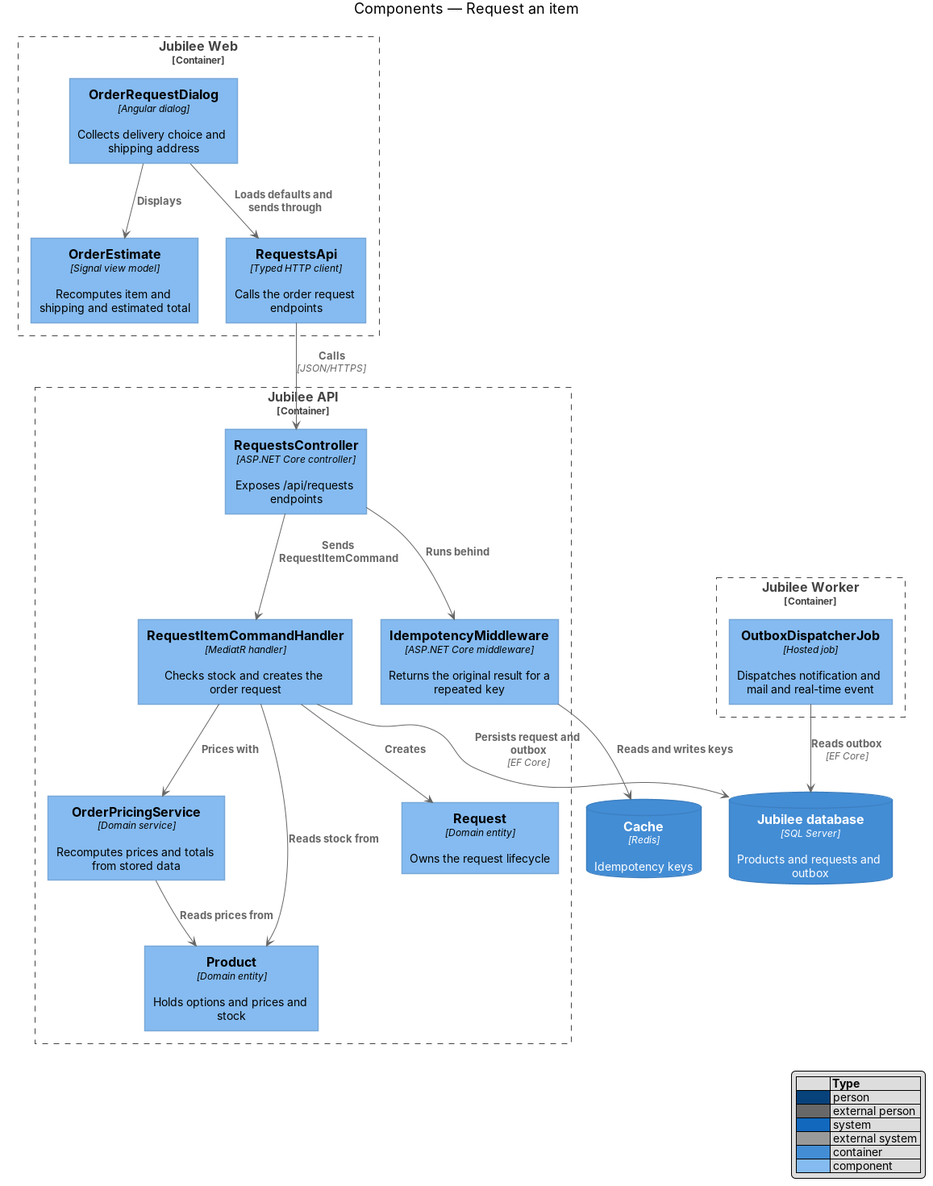
Before: docs/detailed-designs/requests/request-item/diagrams/c4-component.png, a diagram exported from PlantUML (QuinntyneBrown/jubilee). Its source is kept beside it as docs/detailed-designs/requests/request-item/diagrams/c4-component.puml. Source of this version:
```plantuml
@startuml
!include <C4/C4_Component>
LAYOUT_WITH_LEGEND()
title Components — Request an item

Container_Boundary(web, "Jubilee Web") {
  Component(dialog, "OrderRequestDialog", "Angular dialog", "Collects delivery choice and shipping address")
  Component(est, "OrderEstimate", "Signal view model", "Recomputes item and shipping and estimated total")
  Component(client, "RequestsApi", "Typed HTTP client", "Calls the order request endpoints")
}
Container_Boundary(api, "Jubilee API") {
  Component(ctrl, "RequestsController", "ASP.NET Core controller", "Exposes /api/requests endpoints")
  Component(idem, "IdempotencyMiddleware", "ASP.NET Core middleware", "Returns the original result for a repeated key")
  Component(handler, "RequestItemCommandHandler", "MediatR handler", "Checks stock and creates the order request")
  Component(pricing, "OrderPricingService", "Domain service", "Recomputes prices and totals from stored data")
  Component(product, "Product", "Domain entity", "Holds options and prices and stock")
  Component(entity, "Request", "Domain entity", "Owns the request lifecycle")
}
Container_Boundary(worker, "Jubilee Worker") {
  Component(outbox, "OutboxDispatcherJob", "Hosted job", "Dispatches notification and mail and real-time event")
}
ContainerDb(db, "Jubilee database", "SQL Server", "Products and requests and outbox")
ContainerDb(cache, "Cache", "Redis", "Idempotency keys")

Rel(dialog, est, "Displays")
Rel(dialog, client, "Loads defaults and sends through")
Rel(client, ctrl, "Calls", "JSON/HTTPS")
Rel(ctrl, idem, "Runs behind")
Rel(idem, cache, "Reads and writes keys")
Rel(ctrl, handler, "Sends RequestItemCommand")
Rel(handler, product, "Reads stock from")
Rel(handler, pricing, "Prices with")
Rel(pricing, product, "Reads prices from")
Rel(handler, entity, "Creates")
Rel(handler, db, "Persists request and outbox", "EF Core")
Rel(outbox, db, "Reads outbox", "EF Core")
@enduml
```
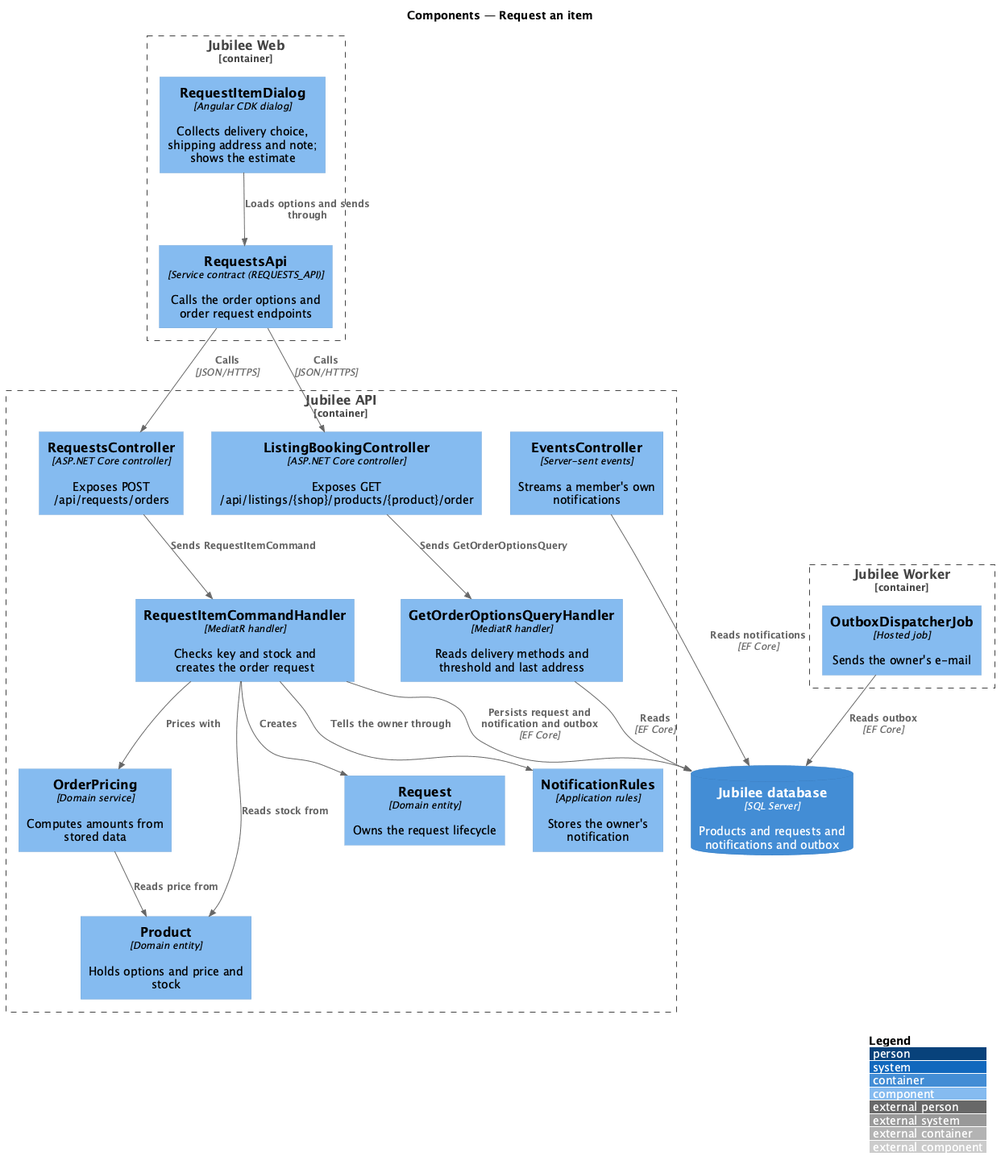
After the commit.

Change to the diagram source:
```diff
@@ -4,34 +4,37 @@
 title Components — Request an item
 
 Container_Boundary(web, "Jubilee Web") {
-  Component(dialog, "OrderRequestDialog", "Angular dialog", "Collects delivery choice and shipping address")
-  Component(est, "OrderEstimate", "Signal view model", "Recomputes item and shipping and estimated total")
-  Component(client, "RequestsApi", "Typed HTTP client", "Calls the order request endpoints")
+  Component(dialog, "RequestItemDialog", "Angular CDK dialog", "Collects delivery choice, shipping address and note; shows the estimate")
+  Component(client, "RequestsApi", "Service contract (REQUESTS_API)", "Calls the order options and order request endpoints")
 }
 Container_Boundary(api, "Jubilee API") {
-  Component(ctrl, "RequestsController", "ASP.NET Core controller", "Exposes /api/requests endpoints")
-  Component(idem, "IdempotencyMiddleware", "ASP.NET Core middleware", "Returns the original result for a repeated key")
-  Component(handler, "RequestItemCommandHandler", "MediatR handler", "Checks stock and creates the order request")
-  Component(pricing, "OrderPricingService", "Domain service", "Recomputes prices and totals from stored data")
-  Component(product, "Product", "Domain entity", "Holds options and prices and stock")
+  Component(options, "ListingBookingController", "ASP.NET Core controller", "Exposes GET /api/listings/{shop}/products/{product}/order")
+  Component(ctrl, "RequestsController", "ASP.NET Core controller", "Exposes POST /api/requests/orders")
+  Component(query, "GetOrderOptionsQueryHandler", "MediatR handler", "Reads delivery methods and threshold and last address")
+  Component(handler, "RequestItemCommandHandler", "MediatR handler", "Checks key and stock and creates the order request")
+  Component(pricing, "OrderPricing", "Domain service", "Computes amounts from stored data")
+  Component(product, "Product", "Domain entity", "Holds options and price and stock")
   Component(entity, "Request", "Domain entity", "Owns the request lifecycle")
+  Component(tell, "NotificationRules", "Application rules", "Stores the owner's notification")
+  Component(events, "EventsController", "Server-sent events", "Streams a member's own notifications")
 }
 Container_Boundary(worker, "Jubilee Worker") {
-  Component(outbox, "OutboxDispatcherJob", "Hosted job", "Dispatches notification and mail and real-time event")
+  Component(outbox, "OutboxDispatcherJob", "Hosted job", "Sends the owner's e-mail")
 }
-ContainerDb(db, "Jubilee database", "SQL Server", "Products and requests and outbox")
-ContainerDb(cache, "Cache", "Redis", "Idempotency keys")
+ContainerDb(db, "Jubilee database", "SQL Server", "Products and requests and notifications and outbox")
 
-Rel(dialog, est, "Displays")
-Rel(dialog, client, "Loads defaults and sends through")
+Rel(dialog, client, "Loads options and sends through")
+Rel(client, options, "Calls", "JSON/HTTPS")
 Rel(client, ctrl, "Calls", "JSON/HTTPS")
-Rel(ctrl, idem, "Runs behind")
-Rel(idem, cache, "Reads and writes keys")
+Rel(options, query, "Sends GetOrderOptionsQuery")
 Rel(ctrl, handler, "Sends RequestItemCommand")
 Rel(handler, product, "Reads stock from")
 Rel(handler, pricing, "Prices with")
-Rel(pricing, product, "Reads prices from")
+Rel(pricing, product, "Reads price from")
 Rel(handler, entity, "Creates")
-Rel(handler, db, "Persists request and outbox", "EF Core")
+Rel(handler, tell, "Tells the owner through")
+Rel(handler, db, "Persists request and notification and outbox", "EF Core")
+Rel(query, db, "Reads", "EF Core")
+Rel(events, db, "Reads notifications", "EF Core")
 Rel(outbox, db, "Reads outbox", "EF Core")
 @enduml
```
